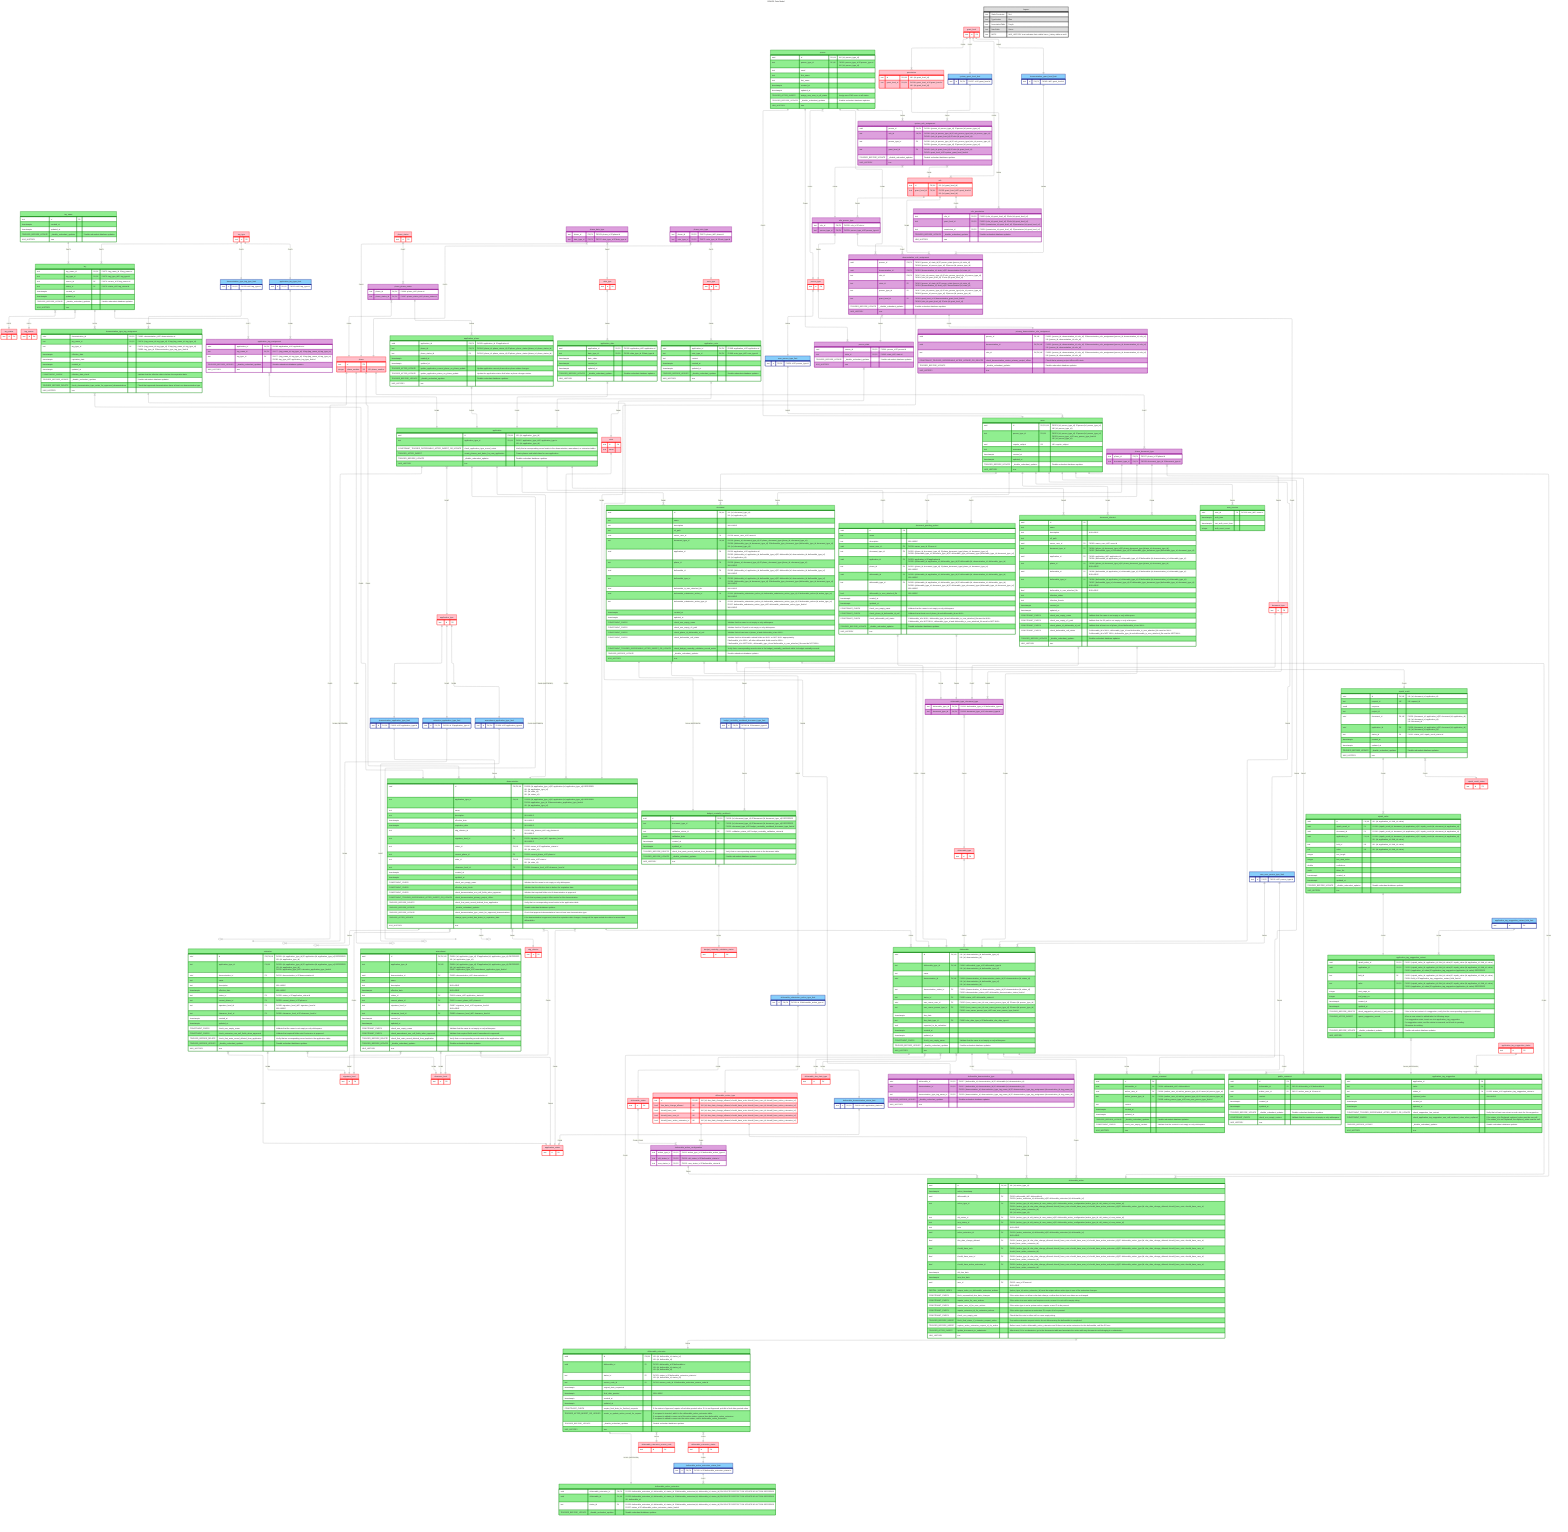
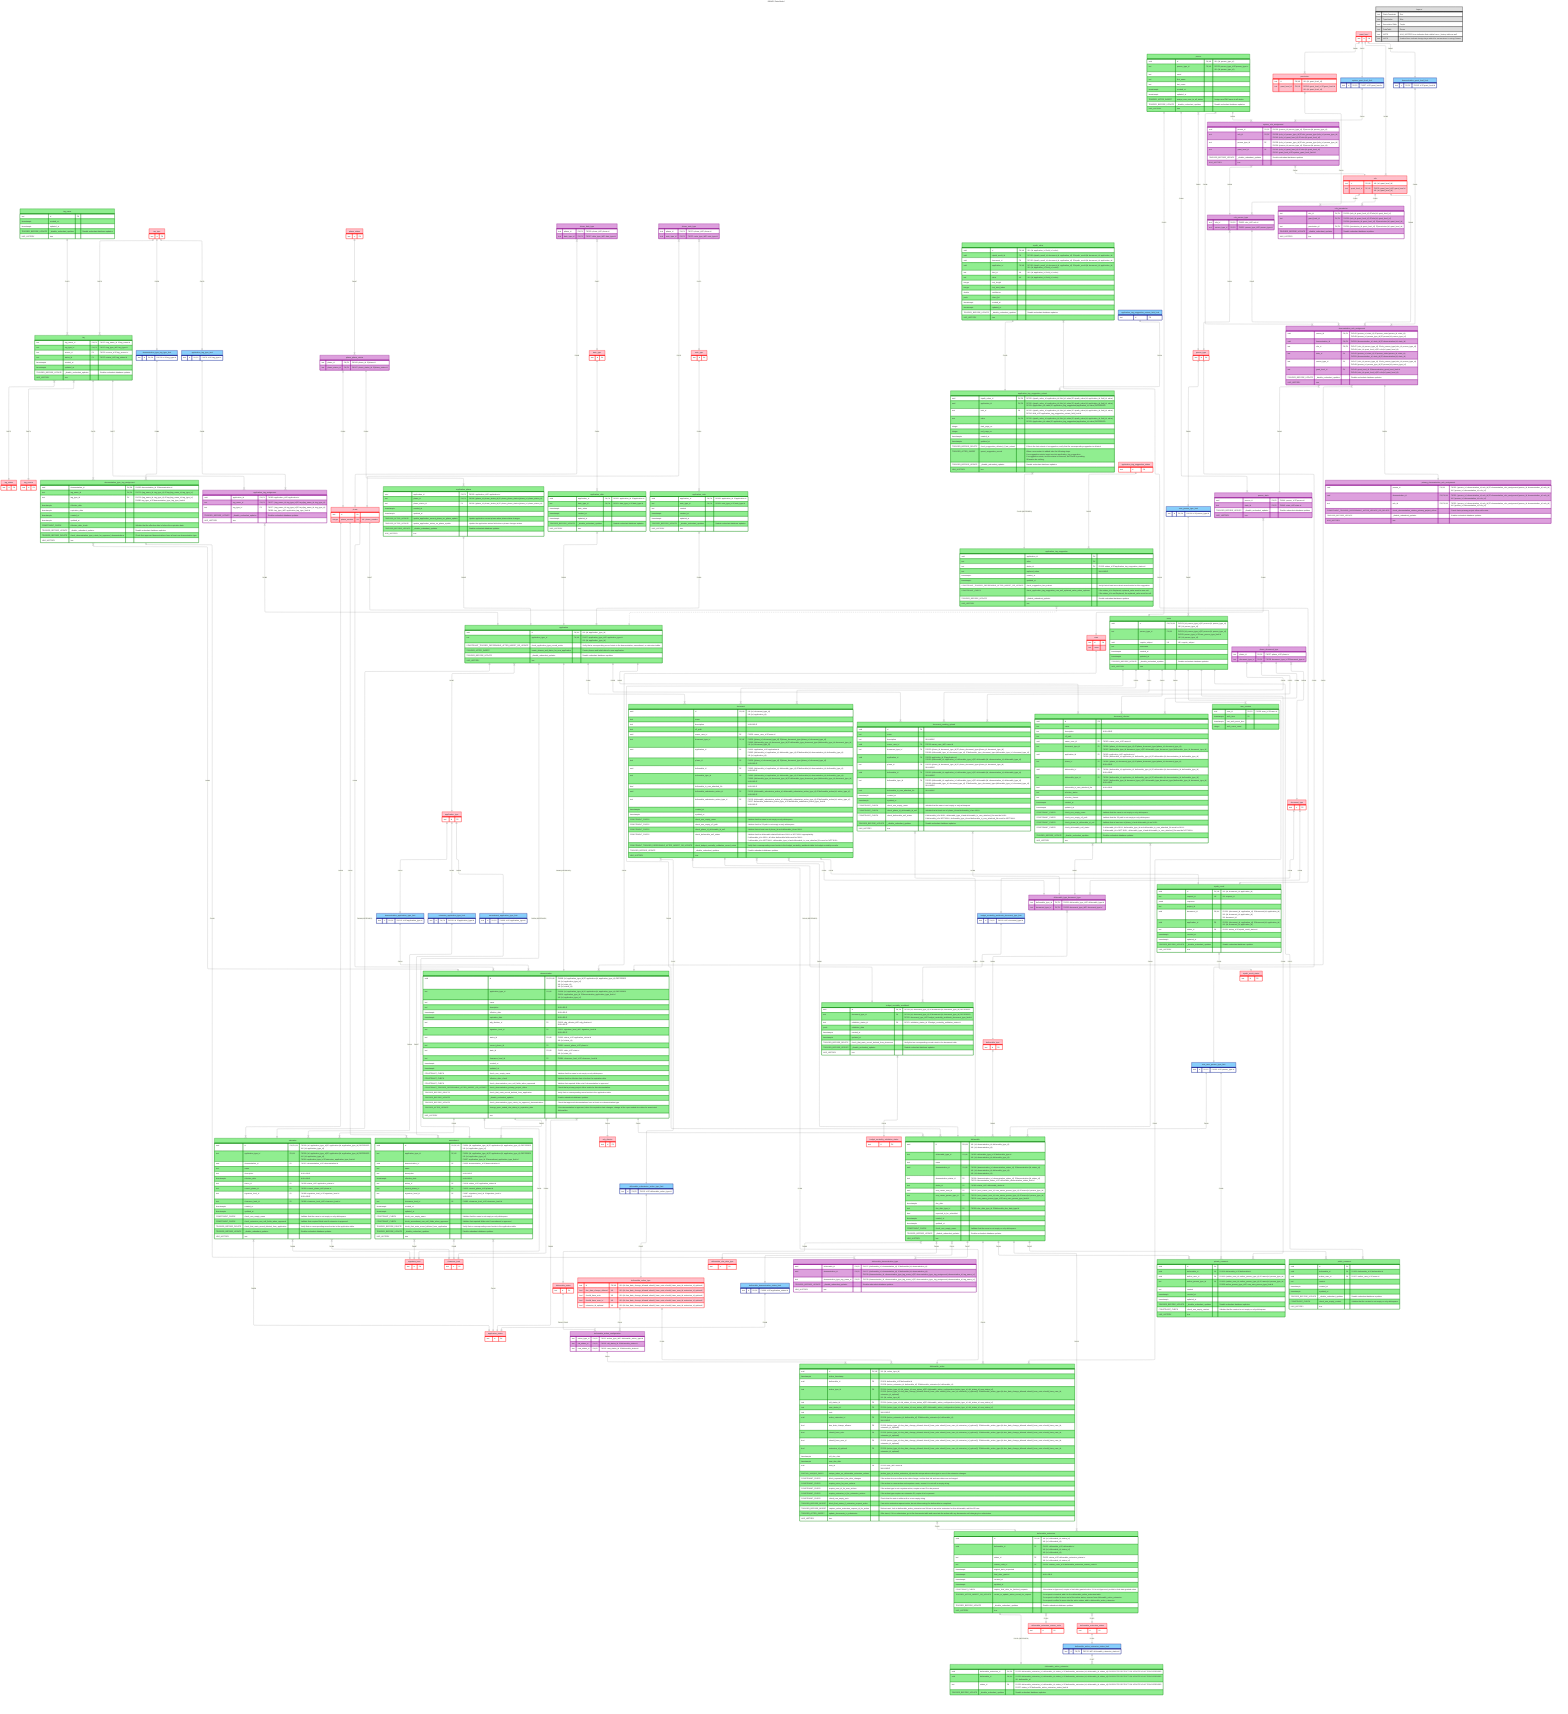
---
title: DEMOS Data Model
config:
  theme: default
  layout: elk
  elk:
    nodePlacementStrategy: NETWORK_SIMPLEX
---

erDiagram
  classDef staticConstraint stroke:red,fill:pink
  classDef typeLimiter stroke:navy,fill:lightskyblue
  classDef dataTable stroke:green,fill:lightgreen
  classDef associativeTable stroke:darkmagenta,fill:plum
  classDef legend stroke:black,fill:#ddd

  tag_name ||--|{ tag : "FK072"
  tag_type ||--|{ tag : "FK073"
  tag }|--|| tag_status : "FK075"
  tag }|--|| tag_source : "FK074"
  tag ||--|{ demonstration_type_tag_assignment : "FK076"
  tag ||--|{ application_tag_assignment : "FK077"
  tag_type ||--|| demonstration_type_tag_type_limit : "FK078"
  tag_type ||--|| application_tag_type_limit : "FK079"
  demonstration_type_tag_type_limit ||--|{ demonstration_type_tag_assignment : "FK080"
  application_tag_type_limit ||--|{ application_tag_assignment : "FK081"
  demonstration_type_tag_assignment }|--|| demonstration : "FK082"
  application_tag_assignment }|--|| application : "FK083"
  phase_status ||--|{ phase_phase_status : "FK067"
  phase_phase_status }|--|| phase : "FK066"
  phase_phase_status ||--|{ application_phase  : "FK004"
  phase_date_type }|--|| phase : "FK003"
  phase_note_type }|--|| phase : "FK070"
  phase_date_type }|--|| date_type: "FK017"
  phase_note_type }|--|| note_type: "FK071"
  application_phase }|--|| application : "FK005"
  date_type ||--|{ application_date  : "FK001"
  note_type ||--|{ application_note  : "FK069"
  application_date }|--|| application : "FK002"
  application_note }|--|| application : "FK068"
  application }|--|| application_type : "FK007"
  application ||--|| demonstration : "FK008 (DEFERRED)"
  application ||--|| extension : "FK009 (DEFERRED)"
  application ||--|| amendment : "FK054 (DEFERRED)"
  demonstration }|--|| sdg_division : "FK010"
  demonstration }|--|| signature_level : "FK011"
  demonstration ||--|{ extension : "FK012"
  demonstration ||--|{ amendment : "FK055"
  application_type ||--|| demonstration_application_type_limit : "FK013"
  demonstration_application_type_limit ||--|{ demonstration : "FK014"
  application_type ||--|| extension_application_type_limit : "FK015"
  extension_application_type_limit ||--|{ extension : "FK016"
  application_type ||--|| amendment_application_type_limit : "FK056"
  amendment_application_type_limit ||--|{ amendment : "FK057"
  amendment }|--|| application_status : "FK018"
  phase ||--|{ amendment : "FK020"
  extension }|--|| application_status : "FK058"
  phase ||--|{ extension : "FK059"
  demonstration }|--|| application_status : "FK060"
  phase ||--|{ demonstration : "FK061"
  state ||--|{ demonstration : "FK021"
  person }|--|| person_type : "FK022"
  person ||--|| users : "FK023"
  person_type ||--|| user_person_type_limit : "FK024"
  user_person_type_limit ||--|{ users : "FK025"
  users ||--|{ document : "FK026"
  users ||--|{ document_pending_upload : "FK019"
  users ||--|{ document_infected : "FK063"
  users ||--|{ user_session : "FK139"
  phase ||--|{ phase_document_type : "FK027"
  phase_document_type }|--|| document_type : "FK028"
  phase_document_type ||--|{ document : "FK029"
  phase_document_type ||--|{ document_pending_upload : "FK052"
  phase_document_type ||--|{ document_infected : "FK064"
  application ||--|{ document : "FK030"
  application ||--|{ document_pending_upload : "FK053"
  application ||--|{ document_infected : "FK065"
  role_person_type }|--|| person_type : "FK031"
  role ||--|{ role_person_type : "FK032"
  role ||--|{ role_permission : "FK033"
  permission ||--|{ role_permission : "FK034"
  grant_level ||--|{ role : "FK035"
  grant_level ||--|{ permission : "FK036"
  system_grant_level_limit ||--|{ system_role_assignment : "FK041"
  system_role_assignment }|--|| role_person_type : "FK038"
  person ||--|{ system_role_assignment : "FK039"
  system_role_assignment }|--|| role : "FK040"
  grant_level ||--|| system_grant_level_limit : "FK037"
  demonstration_role_assignment }|--|| person_state : "FK042"
  person_state }|--|| state : "FK043"
  person ||--|{ person_state : "FK044"
  grant_level ||--|| demonstration_grant_level_limit : "FK045"
  demonstration_grant_level_limit ||--|{ demonstration_role_assignment : "FK046"
  role_person_type ||--|{ demonstration_role_assignment : "FK047"
  person ||--|{ demonstration_role_assignment : "FK048"
  role ||--|{ demonstration_role_assignment : "FK049"
  demonstration_role_assignment }|--|| demonstration : "FK050"
  demonstration_role_assignment ||--|| primary_demonstration_role_assignment : "FK051"
  demonstration }|--|| clearance_level : "FK084"
  amendment }|--|| clearance_level : "FK085"
  extension }|--|| clearance_level : "FK086"
  amendment }|--|| signature_level : "FK087"
  extension }|--|| signature_level : "FK088"
  document_type ||--|| budget_neutrality_workbook_document_type_limit : "FK118"
  document ||--|| budget_neutrality_workbook : "FK119 (DEFERRED)"
  budget_neutrality_workbook_document_type_limit ||--|{ budget_neutrality_workbook : "FK120"
  budget_neutrality_workbook }|--|| budget_neutrality_validation_status : "FK121"
  document }|--|| deliverable_action : "FK116"
  document }|--|| deliverable_submission_action_type_limit : "FK117"
  deliverable_status ||--|{ deliverable_action_configuration : "FK110, FK113"
  deliverable_action_type ||--|{ deliverable_action_configuration : "FK111"
  deliverable_action_type ||--|{ deliverable_action : "FK136"
  deliverable_action_configuration ||--|{ deliverable_action : "FK114"
  deliverable_submission_action_type_limit ||--|| deliverable_action_type : "FK115"
  demonstration ||--|{ deliverable : "FK006"
  deliverable_type ||--|{ deliverable : "FK062"
  deliverable }|--|| deliverable_status : "FK089"
  deliverable }|--|| deliverable_due_date_type : "FK090"
  document_type ||--|{ deliverable_type_document_type : "FK092"
  deliverable_type_document_type }|--|| deliverable_type : "FK091"
  document }|--|| deliverable : "FK093"
  document_infected }|--|| deliverable : "FK094"
  document_pending_upload }|--|| deliverable : "FK095"
  document }|--|| deliverable_type_document_type : "FK096"
  document_infected }|--|| deliverable_type_document_type : "FK097"
  document_pending_upload }|--|| deliverable_type_document_type : "FK098"
  deliverable_demonstration_status_limit ||--|| application_status : "FK099"
  deliverable }|--|| deliverable_demonstration_status_limit : "FK100"
  cms_user_person_type_limit ||--|{ deliverable : "FK101"
  person_type ||--|| cms_user_person_type_limit : "FK102"
  users ||--|{ deliverable : "FK103"
  deliverable ||--|{ deliverable_action : "FK109"
  deliverable_action }|--|| deliverable_extension : "FK128"
  deliverable ||--|{ deliverable_extension : "FK122"
  deliverable ||--|{ deliverable_demonstration_type : "FK137"
  demonstration_type_tag_assignment ||--|{ deliverable_demonstration_type : "FK138"
  deliverable_extension }|--|| deliverable_extension_reason_code : "FK124"
  deliverable_extension }|--|| deliverable_extension_status : "FK123"
  deliverable_extension_status ||--|| deliverable_active_extension_status_limit : "FK126"
  deliverable_active_extension_status_limit ||--|{ deliverable_active_extension : "FK127"
  deliverable_extension ||--|| deliverable_active_extension : "FK125 (DEFERRED)"
  deliverable ||--|{ private_comment : "FK104"
  deliverable ||--|{ public_comment : "FK105"
  users ||--|{ private_comment : "FK106"
  users ||--|{ public_comment : "FK107"
  cms_user_person_type_limit ||--|{ private_comment : "FK108"
  users ||--|{ deliverable_action : "FK112"
  document ||--|| uipath_result : "FK129"
  uipath_result ||--|{ uipath_value : "FK130"
  uipath_result }|--|| uipath_result_status : "FK131"
  uipath_value ||--|| application_tag_suggestion_extract : "FK132"
  application_tag_suggestion_extract }|--|| application_tag_suggestion : "FK133 (DEFERRED)"
  application_tag_suggestion_extract_field_limit ||--|{ application_tag_suggestion_extract : "FK134"
  application_tag_suggestion_status ||--|{ application_tag_suggestion : "FK135"
+   application_tag_suggestion }|..|| application : ""

  %% Static Constraints
  application_status:::staticConstraint {
    text id PK
  }

  application_tag_suggestion_status:::staticConstraint {
    text id PK
  }

  application_type:::staticConstraint {
    text id PK
  }

  budget_neutrality_validation_status:::staticConstraint {
    text id PK
  }

  clearance_level:::staticConstraint {
    text id PK
  }

  date_type:::staticConstraint {
    text id PK
  }

  deliverable_action_type:::staticConstraint {
-     text id PK, UK "UK: (id, due_date_change_allowed, should_have_note, should_have_user_id, should_have_active_extension_id)"
-     bool due_date_change_allowed UK "UK: (id, due_date_change_allowed, should_have_note, should_have_user_id, should_have_active_extension_id)"
-     bool should_have_note UK "UK: (id, due_date_change_allowed, should_have_note, should_have_user_id, should_have_active_extension_id)"
-     bool should_have_user_id UK "UK: (id, due_date_change_allowed, should_have_note, should_have_user_id, should_have_active_extension_id)"
-     bool should_have_active_extension_id UK "UK: (id, due_date_change_allowed, should_have_note, should_have_user_id, should_have_active_extension_id)"
+     text id PK, UK "UK: (id, due_date_change_allowed, should_have_note, should_have_user_id, extension_id_optional)"
+     bool due_date_change_allowed UK "UK: (id, due_date_change_allowed, should_have_note, should_have_user_id, extension_id_optional)"
+     bool should_have_note UK "UK: (id, due_date_change_allowed, should_have_note, should_have_user_id, extension_id_optional)"
+     bool should_have_user_id UK "UK: (id, due_date_change_allowed, should_have_note, should_have_user_id, extension_id_optional)"
+     bool extension_id_optional UK "UK: (id, due_date_change_allowed, should_have_note, should_have_user_id, extension_id_optional)"
  }

  deliverable_due_date_type:::staticConstraint {
    text id PK
  }

  deliverable_extension_reason_code:::staticConstraint {
    text id PK
  }

  deliverable_extension_status:::staticConstraint {
    text id PK
  }

  deliverable_status:::staticConstraint {
    text id PK
  }

  deliverable_type:::staticConstraint {
    text id PK
  }

  document_type:::staticConstraint {
    text id PK
  }

  grant_level:::staticConstraint {
    text id PK
  }

  note_type:::staticConstraint {
    text id PK
  }

  permission:::staticConstraint {
    text id PK, UK "UK: (id, grant_level_id)"
    text grant_level_id FK, UK "FK036: grant_level_id ∈ grant_level.id<br>UK: (id, grant_level_id)"
  }

  person_type:::staticConstraint {
    text id PK
  }

  phase:::staticConstraint {
    text id PK
    integer phase_number UK "UK: phase_number"
  }

  phase_status:::staticConstraint {
    text id PK
  }

  role:::staticConstraint {
    text id PK, UK "UK: (id, grant_level_id)"
    text grant_level_id FK, UK "FK035: grant_level_id ∈ grant_level.id<br>UK: (id, grant_level_id)"
  }

  sdg_division:::staticConstraint {
    text id PK
  }

  signature_level:::staticConstraint {
    text id PK
  }

  state:::staticConstraint {
    text id PK
    text name
  }

  tag_source:::staticConstraint {
    text id PK
  }

  tag_status:::staticConstraint {
    text id PK
  }

  tag_type:::staticConstraint {
    text id PK
  }

  uipath_result_status:::staticConstraint {
    text id PK
  }

  %% Type Limiters
  amendment_application_type_limit:::typeLimiter {
    text id PK, FK "FK056: id ∈ application_type.id"
  }

  application_tag_suggestion_extract_field_limit:::typeLimiter {
    text id PK
  }

  application_tag_type_limit:::typeLimiter {
    text id PK, FK "FK079: id ∈ tag_type.id"
  }

  budget_neutrality_workbook_document_type_limit:::typeLimiter {
    text id PK, FK "FK118: id ∈ document_type.id"
  }

  cms_user_person_type_limit:::typeLimiter {
    text id PK, FK "FK102: id ∈ person_type.id"
  }

  deliverable_active_extension_status_limit:::typeLimiter {
    text id PK, FK "FK126: id ∈ deliverable_extension_status.id"
  }

  deliverable_demonstration_status_limit:::typeLimiter {
    text id PK, FK "FK099: id ∈ application_status.id"
  }

  deliverable_submission_action_type_limit:::typeLimiter {
    text id PK, FK "FK115: id ∈ deliverable_action_type.id"
  }

  demonstration_application_type_limit:::typeLimiter {
    text id PK, FK "FK013: id ∈ application_type.id"
  }

  demonstration_grant_level_limit:::typeLimiter {
    text id PK, FK "FK045: id ∈ grant_level.id"
  }

  demonstration_type_tag_type_limit:::typeLimiter {
    text id PK, FK "FK078: id ∈ tag_type.id"
  }

  extension_application_type_limit:::typeLimiter {
    text id PK, FK "FK015: id ∈ application_type.id"
  }

  system_grant_level_limit:::typeLimiter {
    text id PK, FK "FK037: id ∈ grant_level.id"
  }

  user_person_type_limit:::typeLimiter {
    text id PK, FK "FK024: id ∈ person_type.id"
  }

  %% Data Tables
  amendment:::dataTable {
    uuid id PK, FK, UK "FK054: (id, application_type_id) ∈ application.(id, application_type_id) DEFERRED<br>UK: (id, application_type_id)"
    text application_type_id FK, UK "FK054: (id, application_type_id) ∈ application.(id, application_type_id) DEFERRED<br>UK: (id, application_type_id)<br>FK057: application_type_id ∈ amendment_application_type_limit.id"
    uuid demonstration_id FK "FK055: demonstration_id ∈ demonstration.id"
    text name
    text description "NULLABLE"
    timestamptz effective_date "NULLABLE"
    text status_id FK "FK018: status_id ∈ application_status.id"
    text current_phase_id FK "FK020: current_phase_id ∈ phase.id"
    text signature_level_id FK "FK087: signature_level_id ∈ signature_level.id<br>NULLABLE"
    text clearance_level_id FK "FK085: clearance_level_id ∈ clearance_level.id"
    timestamptz created_at
    timestamptz updated_at
    CONSTRAINT_CHECK check_non_empty_name "Validate that the name is not empty or only whitespace."
    CONSTRAINT_CHECK check_amendment_non_null_fields_when_approved  "Validate that required fields exist if amendment is approved."
    TRIGGER_BEFORE_DELETE check_that_main_record_deleted_from_application "Verify that no corresponding record exists in the application table."
    TRIGGER_BEFORE_UPDATE _disable_redundant_updates "Disable redundant database updates."
    HAS_HISTORY true
  }

  application:::dataTable {
    uuid id PK, UK "UK: (id, application_type_id)"
    text application_type_id FK, UK "FK007: application_type_id ∈ application_type.id<br>UK: (id, application_type_id)"
    CONSTRAINT_TRIGGER_DEFERRABLE_AFTER_INSERT_OR_UPDATE check_application_type_record_exists "Verify that a corresponding record exists in the demonstration, amendment, or extension tables."
    TRIGGER_AFTER_INSERT create_phases_and_dates_for_new_application "Create phases and initial dates for new application."
    TRIGGER_BEFORE_UPDATE _disable_redundant_updates "Disable redundant database updates."
    HAS_HISTORY true
  }

  application_date:::dataTable {
    uuid application_id PK, FK "FK002: application_id ∈ application.id"
    text date_type_id PK, FK "FK001: date_type_id ∈ date_type.id"
    timestamptz date_value
    timestamptz created_at
    timestamptz updated_at
    TRIGGER_BEFORE_UPDATE _disable_redundant_updates "Disable redundant database updates."
    HAS_HISTORY true
  }

  application_note:::dataTable {
    uuid application_id PK, FK "FK068: application_id ∈ application.id"
    text note_type_id PK, FK "FK069: note_type_id ∈ note_type.id"
    text content
    timestamptz created_at
    timestamptz updated_at
    TRIGGER_BEFORE_UPDATE _disable_redundant_updates "Disable redundant database updates."
    HAS_HISTORY true
  }

  application_phase:::dataTable {
    uuid application_id PK, FK "FK005: application_id ∈ application.id"
    text phase_id PK, FK "FK004: (phase_id, phase_status_id) ∈ phase_phase_status.(phase_id, phase_status_id)"
    text phase_status_id FK "FK004: (phase_id, phase_status_id) ∈ phase_phase_status.(phase_id, phase_status_id)"
    timestamptz created_at
    timestamptz updated_at
    TRIGGER_AFTER_UPDATE update_application_current_phase_on_phase_update "Update application current phase when phase status changes."
    TRIGGER_AFTER_UPDATE update_application_status_on_phase_update "Update the application status field when a phase changes status."
    TRIGGER_BEFORE_UPDATE _disable_redundant_updates "Disable redundant database updates."
    HAS_HISTORY true
  }

  application_tag_suggestion:::dataTable {
    uuid application_id PK
    text value PK
    text status_id FK "FK135: status_id ∈ application_tag_suggestion_status.id"
    text replaced_value "NULLABLE"
    timestamptz created_at
    timestamptz updated_at
    CONSTRAINT_TRIGGER_DEFERRABLE_AFTER_INSERT_OR_UPDATE check_suggestion_has_extract "Verify that at least one extract record exists for this suggestion."
    CONSTRAINT_CHECK check_application_tag_suggestion_non_null_replaced_value_when_replaced "If the status_id is Replaced, replaced_value must be non null.<br>If the status_id is not Replaced, the replaced_value must be null."
    TRIGGER_BEFORE_UPDATE _disable_redundant_updates "Disable redundant database updates."
    HAS_HISTORY true
  }

  application_tag_suggestion_extract:::dataTable {
    uuid uipath_value_id PK, FK "FK132: (uipath_value_id, application_id, field_id, value) ∈ uipath_value.(id, application_id, field_id, value)"
    uuid application_id PK, FK "FK132: (uipath_value_id, application_id, field_id, value) ∈ uipath_value.(id, application_id, field_id, value)<br>FK133: (application_id, value) ∈ application_tag_suggestion.(application_id, value) DEFERRED"
    text field_id FK "FK132: (uipath_value_id, application_id, field_id, value) ∈ uipath_value.(id, application_id, field_id, value)<br>FK134: field_id ∈ application_tag_suggestion_extract_field_limit.id"
    text value PK, FK "FK132: (uipath_value_id, application_id, field_id, value) ∈ uipath_value.(id, application_id, field_id, value)<br>FK133: (application_id, value) ∈ application_tag_suggestion.(application_id, value) DEFERRED"
    integer start_page_no
    integer end_page_no
    timestamptz created_at
    timestamptz updated_at
    TRIGGER_BEFORE_DELETE check_suggestion_deleted_if_last_extract "If this is the last extract of a suggestion, verify that the corresponding suggestion is deleted."
    TRIGGER_AFTER_INSERT upsert_suggestion_record "When a new extract is added take the following steps.<br>If no suggestion exists, insert one into application_tag_suggestion.<br>If a suggestion exists, and the status is removed, set it back to pending.<br>Otherwise do nothing."
    TRIGGER_BEFORE_UPDATE _disable_redundant_updates "Disable redundant database updates."
    HAS_HISTORY true
  }

  budget_neutrality_workbook:::dataTable {
    uuid id PK, FK "FK119: (id, document_type_id) ∈ document.(id, document_type_id) DEFERRED"
    text document_type_id FK "FK119: (id, document_type_id) ∈ document.(id, document_type_id) DEFERRED<br>FK120: document_type_id ∈ budget_neutrality_workbook_document_type_limit.id"
    text validation_status_id FK "FK121: validation_status_id ∈ budget_neutrality_validation_status.id"
    jsonb validation_data
    timestamptz created_at
    timestamptz updated_at
    TRIGGER_BEFORE_DELETE check_that_main_record_deleted_from_document "Verify that no corresponding record exists in the document table."
    TRIGGER_BEFORE_UPDATE _disable_redundant_updates "Disable redundant database updates."
    HAS_HISTORY true
  }

  %% NOTE: That empty line with <br>&nbsp; is a layout hack for Mermaid
  deliverable:::dataTable {
    uuid id PK, UK "UK: (id, demonstration_id, deliverable_type_id)<br>UK: (id, demonstration_id)<br>&nbsp;"
    text deliverable_type_id FK, UK "FK062: deliverable_type_id ∈ deliverable_type.id<br>UK: (id, demonstration_id, deliverable_type_id)"
    text name
    uuid demonstration_id FK, UK "FK006: (demonstration_id, demonstration_status_id) ∈ demonstration.(id, status_id)<br>UK: (id, demonstration_id, deliverable_type_id)<br>UK: (id, demonstration_id)"
    text demonstration_status_id FK "FK006: (demonstration_id, demonstration_status_id) ∈ demonstration.(id, status_id)<br>FK100: demonstration_status_id ∈ deliverable_demonstration_status_limit.id"
    text status_id FK "FK089: status_id ∈ deliverable_status.id"
    uuid cms_owner_user_id FK "FK103: (cms_owner_user_id, cms_owner_person_type_id) ∈ users.(id, person_type_id)"
    text cms_owner_person_type_id FK "FK103: (cms_owner_user_id, cms_owner_person_type_id) ∈ users.(id, person_type_id)<br>FK101: cms_owner_person_type_id ∈ cms_user_person_type_limit.id"
    timestamptz due_date
    text due_date_type_id FK "FK090: due_date_type_id ∈ deliverable_due_date_type.id"
    bool expected_to_be_submitted
    timestamptz created_at
    timestamptz updated_at
    CONSTRAINT_CHECK check_non_empty_name "Validate that the name is not empty or only whitespace."
    TRIGGER_BEFORE_UPDATE _disable_redundant_updates "Disable redundant database updates."
    HAS_HISTORY true
  }

  deliverable_action:::dataTable {
    uuid id PK, UK "UK: (id, action_type_id)"
    timestamptz action_timestamp
    uuid deliverable_id FK "FK109: deliverable_id ∈ deliverable.id<br>FK128: (active_extension_id, deliverable_id) ∈ deliverable_extension.(id, deliverable_id)"
-     text action_type_id FK "FK114: (action_type_id, old_status_id, new_status_id) ∈ deliverable_action_configuration.(action_type_id, old_status_id, new_status_id)<br>FK136: (action_type_id, due_date_change_allowed, should_have_note, should_have_user_id, should_have_active_extension_id)) ∈ deliverable_action_type.(id, due_date_change_allowed, should_have_note, should_have_user_id, should_have_active_extension_id)<br>UK: (id, action_type_id)"
+     text action_type_id FK "FK114: (action_type_id, old_status_id, new_status_id) ∈ deliverable_action_configuration.(action_type_id, old_status_id, new_status_id)<br>FK136: (action_type_id, due_date_change_allowed, should_have_note, should_have_user_id, extension_id_optional)) ∈ deliverable_action_type.(id, due_date_change_allowed, should_have_note, should_have_user_id, extension_id_optional)<br>UK: (id, action_type_id)"
    text old_status_id FK "FK114: (action_type_id, old_status_id, new_status_id) ∈ deliverable_action_configuration.(action_type_id, old_status_id, new_status_id)"
    text new_status_id FK "FK114: (action_type_id, old_status_id, new_status_id) ∈ deliverable_action_configuration.(action_type_id, old_status_id, new_status_id)"
    text note "NULLABLE"
    uuid active_extension_id FK "FK128: (active_extension_id, deliverable_id) ∈ deliverable_extension.(id, deliverable_id)<br>NULLABLE"
-     bool due_date_change_allowed FK "FK136: (action_type_id, due_date_change_allowed, should_have_note, should_have_user_id, should_have_active_extension_id)) ∈ deliverable_action_type.(id, due_date_change_allowed, should_have_note, should_have_user_id, should_have_active_extension_id)"
-     bool should_have_note FK "FK136: (action_type_id, due_date_change_allowed, should_have_note, should_have_user_id, should_have_active_extension_id)) ∈ deliverable_action_type.(id, due_date_change_allowed, should_have_note, should_have_user_id, should_have_active_extension_id)"
-     bool should_have_user_id FK "FK136: (action_type_id, due_date_change_allowed, should_have_note, should_have_user_id, should_have_active_extension_id)) ∈ deliverable_action_type.(id, due_date_change_allowed, should_have_note, should_have_user_id, should_have_active_extension_id)"
-     bool should_have_active_extension_id FK "FK136: (action_type_id, due_date_change_allowed, should_have_note, should_have_user_id, should_have_active_extension_id)) ∈ deliverable_action_type.(id, due_date_change_allowed, should_have_note, should_have_user_id, should_have_active_extension_id)"
+     bool due_date_change_allowed FK "FK136: (action_type_id, due_date_change_allowed, should_have_note, should_have_user_id, extension_id_optional)) ∈ deliverable_action_type.(id, due_date_change_allowed, should_have_note, should_have_user_id, extension_id_optional)"
+     bool should_have_note FK "FK136: (action_type_id, due_date_change_allowed, should_have_note, should_have_user_id, extension_id_optional)) ∈ deliverable_action_type.(id, due_date_change_allowed, should_have_note, should_have_user_id, extension_id_optional)"
+     bool should_have_user_id FK "FK136: (action_type_id, due_date_change_allowed, should_have_note, should_have_user_id, extension_id_optional)) ∈ deliverable_action_type.(id, due_date_change_allowed, should_have_note, should_have_user_id, extension_id_optional)"
+     bool extension_id_optional FK "FK136: (action_type_id, due_date_change_allowed, should_have_note, should_have_user_id, extension_id_optional)) ∈ deliverable_action_type.(id, due_date_change_allowed, should_have_note, should_have_user_id, extension_id_optional)"
    timestamptz old_due_date
    timestamptz new_due_date
    uuid user_id FK "FK112: user_id ∈ users.id<br>NULLABLE"
    PARTIAL_UNIQUE_INDEX unique_index_on_deliverable_extension_actions "(action_type_id, active_extension_id) must be unique where action type is one of the extension changes."
    CONSTRAINT_CHECK block_unpermitted_due_date_changes "If the action does not allow a due date change, confirm that old and new dates are unchanged."
    CONSTRAINT_CHECK require_notes_for_user_actions "If the action is a user action and requires a note, ensure it is not null or empty string."
    CONSTRAINT_CHECK require_user_id_for_user_actions "If the action type is not a system action, require a user ID to be present."
    CONSTRAINT_CHECK require_extension_id_for_extension_actions "If the action type requires an extension ID, require it to be present."
    CONSTRAINT_CHECK check_non_empty_note "Check that the note is either null or a non empty string."
    TRIGGER_BEFORE_INSERT block_final_states_if_extension_request_active "If an active extension request exists, do not allow moving the deliverable to completed."
    TRIGGER_BEFORE_INSERT capture_active_extension_request_id_for_action "Before insert, look in deliverable_active_extension and if there is an active extension for this deliverable, add the ID here."
    TRIGGER_AFTER_INSERT update_documents_in_submission "After insert, if it is a submission, go to the documents table and associate the action with any documents not belonging to a submission."
    HAS_HISTORY true
  }

  deliverable_active_extension:::dataTable {
    uuid deliverable_extension_id PK, FK "FK125: deliverable_extension_id, deliverable_id, status_id ∈ deliverable_extension.(id, deliverable_id, status_id) ON DELETE RESTRICT ON UPDATE NO ACTION DEFERRED"
    uuid deliverable_id FK, UK "FK125: deliverable_extension_id, deliverable_id, status_id ∈ deliverable_extension.(id, deliverable_id, status_id) ON DELETE RESTRICT ON UPDATE NO ACTION DEFERRED<br>UK: deliverable_id"
    text status_id FK "FK125: deliverable_extension_id, deliverable_id, status_id ∈ deliverable_extension.(id, deliverable_id, status_id) ON DELETE RESTRICT ON UPDATE NO ACTION DEFERRED<br>FK127: status_id ∈ deliverable_active_extension_status_limit.id"
    TRIGGER_BEFORE_UPDATE _disable_redundant_updates "Disable redundant database updates."
  }

  deliverable_extension:::dataTable {
    uuid id PK, UK "UK: (id, deliverable_id, status_id)<br>UK: (id, deliverable_id)"
    uuid deliverable_id FK "FK122: deliverable_id ∈ deliverable.id<br>UK: (id, deliverable_id, status_id)<br>UK: (id, deliverable_id)"
    text status_id FK "FK123: status_id ∈ deliverable_extension_status.id<br>UK: (id, deliverable_id, status_id)"
    text reason_code_id FK "FK124: reason_code_id ∈ deliverable_extension_reason_code.id"
    timestamptz original_date_requested
    timestamptz final_date_granted "NULLABLE"
    timestamptz created_at
    timestamptz updated_at
    CONSTRAINT_CHECK require_final_date_for_finished_requests "If the status is Approved, require a final date granted value. If it is not Approved, prohibit a final date granted value."
    TRIGGER_AFTER_INSERT_OR_UPDATE create_or_update_active_record_for_request "If a request is inserted, add it to the deliverable_active_extension table.<br>If a request is edited to move out of the active status, remove from deliverable_active_extension.<br>If a request is edited to move into the active status, add to deliverable_active_extension."
    TRIGGER_BEFORE_UPDATE _disable_redundant_updates "Disable redundant database updates."
    HAS_HISTORY true
  }

  demonstration:::dataTable {
    uuid id PK, FK, UK "FK008: (id, application_type_id) ∈ application.(id, application_type_id) DEFERRED<br>UK: (id, application_type_id)<br>UK: (id, state_id)<br>UK: (id, status_id)"
    text application_type_id FK, UK "FK008: (id, application_type_id) ∈ application.(id, application_type_id) DEFERRED<br>FK014: application_type_id ∈ demonstration_application_type_limit.id<br>UK: (id, application_type_id)"
    text name
    text description "NULLABLE"
    timestamptz effective_date "NULLABLE"
    timestamptz expiration_date "NULLABLE"
    text sdg_division_id FK "FK010: sdg_division_id ∈ sdg_division.id<br>NULLABLE"
    text signature_level_id FK "FK011: signature_level_id ∈ signature_level.id<br>NULLABLE"
    text status_id FK, UK "FK060: status_id ∈ application_status.id<br>UK: (id, status_id)"
    text current_phase_id FK "FK061: current_phase_id ∈ phase.id"
    text state_id FK, UK "FK021: state_id ∈ state.id<br>UK: (id, state_id)"
    text clearance_level_id FK "FK084: clearance_level_id ∈ clearance_level.id"
    timestamptz created_at
    timestamptz updated_at
    CONSTRAINT_CHECK check_non_empty_name "Validate that the name is not empty or only whitespace."
    CONSTRAINT_CHECK effective_date_check "Validate that the effective date is before the expiration date."
    CONSTRAINT_CHECK check_demonstration_non_null_fields_when_approved "Validate that required fields exist if demonstration is approved."
    CONSTRAINT_TRIGGER_DEFERRABLE_AFTER_INSERT_OR_UPDATE check_demonstration_primary_project_officer "Check that a primary project officer exists for this demonstration."
    TRIGGER_BEFORE_DELETE check_that_main_record_deleted_from_application "Verify that no corresponding record exists in the application table."
    TRIGGER_BEFORE_UPDATE _disable_redundant_updates "Disable redundant database updates."
    TRIGGER_BEFORE_UPDATE check_demonstration_type_exists_for_approved_demonstrations "Check that approved demonstrations have at least one demonstration type."
    TRIGGER_AFTER_UPDATE change_open_ended_due_dates_to_expiration_date "If the demonstration is approved, when the expiration date changes, change all the open-ended due dates for associated deliverables."
    HAS_HISTORY true
  }

  demonstration_type_tag_assignment:::dataTable {
    uuid demonstration_id PK, FK "FK082: demonstration_id ∈ demonstration.id"
    text tag_name_id PK, FK "FK076: (tag_name_id, tag_type_id) ∈ tag.(tag_name_id, tag_type_id)"
    text tag_type_id FK "FK076: (tag_name_id, tag_type_id) ∈ tag.(tag_name_id, tag_type_id)<br>FK080: tag_type_id ∈ demonstration_type_tag_type_limit.id"
    timestamptz effective_date
    timestamptz expiration_date
    timestamptz created_at
    timestamptz updated_at
    CONSTRAINT_CHECK effective_date_check "Validate that the effective date is before the expiration date."
    TRIGGER_BEFORE_UPDATE _disable_redundant_updates "Disable redundant database updates."
    TRIGGER_BEFORE_DELETE check_demonstration_type_exists_for_approved_demonstrations "Check that approved demonstrations have at least one demonstration type."
    HAS_HISTORY true
  }

  document:::dataTable {
    uuid id PK, UK "UK: (id, document_type_id)<br>UK: (id, application_id)"
    text name
    text description "NULLABLE"
    text s3_path
    uuid owner_user_id FK "FK026: owner_user_id ∈ users.id"
    text document_type_id FK, UK "FK029: (phase_id, document_type_id) ∈ phase_document_type.(phase_id, document_type_id)<br>FK096: (deliverable_type_id, document_type_id) ∈ deliverable_type_document_type.(deliverable_type_id, document_type_id)<br>UK: (id, document_type_id)"
    uuid application_id FK "FK030: application_id ∈ application.id<br>FK093: (deliverable_id, application_id, deliverable_type_id) ∈ deliverable.(id, demonstration_id, deliverable_type_id)<br>UK: (id, application_id)"
    text phase_id FK "FK029: (phase_id, document_type_id) ∈ phase_document_type.(phase_id, document_type_id)<br>NULLABLE"
    uuid deliverable_id FK "FK093: (deliverable_id, application_id, deliverable_type_id) ∈ deliverable.(id, demonstration_id, deliverable_type_id)<br>NULLABLE"
    text deliverable_type_id FK "FK093: (deliverable_id, application_id, deliverable_type_id) ∈ deliverable.(id, demonstration_id, deliverable_type_id)<br>FK096: (deliverable_type_id, document_type_id) ∈ deliverable_type_document_type.(deliverable_type_id, document_type_id)<br>NULLABLE"
    bool deliverable_is_cms_attached_file "NULLABLE"
    uuid deliverable_submission_action_id FK "FK116: (deliverable_submission_action_id, deliverable_submission_action_type_id) ∈ deliverable_action.(id, action_type_id)<br>NULLABLE"
    text deliverable_submission_action_type_id FK "FK116: (deliverable_submission_action_id, deliverable_submission_action_type_id) ∈ deliverable_action.(id, action_type_id)<br>FK117: deliverable_submission_action_type_id ∈ deliverable_submission_action_type_limit.id<br>NULLABLE"
    timestamptz created_at
    timestamptz updated_at
    CONSTRAINT_CHECK check_non_empty_name "Validate that the name is not empty or only whitespace."
    CONSTRAINT_CHECK check_non_empty_s3_path "Validate that the S3 path is not empty or only whitespace."
    CONSTRAINT_CHECK check_phase_id_deliverable_id_null "Validate that at least one of phase_id and deliverable_id are NULL."
    CONSTRAINT_CHECK check_deliverable_null_states "Validate that the deliverable-related fields are NULL or NOT NULL appropriately.<br>If deliverable_id is NULL, all other deliverable fields must be NULL.<br>If deliverable_id is NOT NULL, deliverable_type_id and deliverable_is_cms_attached_file must be NOT NULL."
    CONSTRAINT_TRIGGER_DEFERRABLE_AFTER_INSERT_OR_UPDATE check_budget_neutrality_validation_record_exists "Verify that a corresponding record exists in the budget_neutrality_workbook table for budget neutrality records."
    TRIGGER_BEFORE_UPDATE _disable_redundant_updates "Disable redundant database updates."
    HAS_HISTORY true
  }

  document_infected:::dataTable {
    uuid id PK
    text name
    text description "NULLABLE"
    text s3_path
    uuid owner_user_id FK "FK063: owner_user_id ∈ users.id"
    text document_type_id FK "FK064: (phase_id, document_type_id) ∈ phase_document_type.(phase_id, document_type_id)<br>FK097: (deliverable_type_id, document_type_id) ∈ deliverable_type_document_type.(deliverable_type_id, document_type_id)"
    uuid application_id FK "FK065: application_id ∈ application.id<br>FK094: (deliverable_id, application_id, deliverable_type_id) ∈ deliverable.(id, demonstration_id, deliverable_type_id)"
    text phase_id FK "FK064: (phase_id, document_type_id) ∈ phase_document_type.(phase_id, document_type_id)<br>NULLABLE"
    uuid deliverable_id FK "FK094: (deliverable_id, application_id, deliverable_type_id) ∈ deliverable.(id, demonstration_id, deliverable_type_id)<br>NULLABLE"
    text deliverable_type_id FK "FK094: (deliverable_id, application_id, deliverable_type_id) ∈ deliverable.(id, demonstration_id, deliverable_type_id)<br>FK097: (deliverable_type_id, document_type_id) ∈ deliverable_type_document_type.(deliverable_type_id, document_type_id)<br>NULLABLE"
    bool deliverable_is_cms_attached_file "NULLABLE"
    text infection_status
    text infection_threats
    timestamptz created_at
    timestamptz updated_at
    CONSTRAINT_CHECK check_non_empty_name "Validate that the name is not empty or only whitespace."
    CONSTRAINT_CHECK check_non_empty_s3_path "Validate that the S3 path is not empty or only whitespace."
    CONSTRAINT_CHECK check_phase_id_deliverable_id_null "Validate that at least one of phase_id and deliverable_id are NULL."
    CONSTRAINT_CHECK check_deliverable_null_states "If deliverable_id is NULL, deliverable_type_id and deliverable_is_cms_attached_file must be NULL.<br>If deliverable_id is NOT NULL, deliverable_type_id and deliverable_is_cms_attached_file must be NOT NULL."
    TRIGGER_BEFORE_UPDATE _disable_redundant_updates "Disable redundant database updates."
    HAS_HISTORY true
  }

  document_pending_upload:::dataTable {
    uuid id PK
    text name
    text description "NULLABLE"
    uuid owner_user_id FK "FK019: owner_user_id ∈ users.id"
    text document_type_id FK "FK052: (phase_id, document_type_id) ∈ phase_document_type.(phase_id, document_type_id)<br>FK098: (deliverable_type_id, document_type_id) ∈ deliverable_type_document_type.(deliverable_type_id, document_type_id)"
    uuid application_id FK "FK053: application_id ∈ application.id<br>FK095: (deliverable_id, application_id, deliverable_type_id) ∈ deliverable.(id, demonstration_id, deliverable_type_id)"
    text phase_id FK "FK052: (phase_id, document_type_id) ∈ phase_document_type.(phase_id, document_type_id)<br>NULLABLE"
    uuid deliverable_id FK "FK095: (deliverable_id, application_id, deliverable_type_id) ∈ deliverable.(id, demonstration_id, deliverable_type_id)<br>NULLABLE"
    text deliverable_type_id FK "FK095: (deliverable_id, application_id, deliverable_type_id) ∈ deliverable.(id, demonstration_id, deliverable_type_id)<br>FK098: (deliverable_type_id, document_type_id) ∈ deliverable_type_document_type.(deliverable_type_id, document_type_id)<br>NULLABLE"
    bool deliverable_is_cms_attached_file "NULLABLE"
    timestamptz created_at
    timestamptz updated_at
    CONSTRAINT_CHECK check_non_empty_name "Validate that the name is not empty or only whitespace."
    CONSTRAINT_CHECK check_phase_id_deliverable_id_null "Validate that at least one of phase_id and deliverable_id are NULL."
    CONSTRAINT_CHECK check_deliverable_null_states "If deliverable_id is NULL, deliverable_type_id and deliverable_is_cms_attached_file must be NULL.<br>If deliverable_id is NOT NULL, deliverable_type_id and deliverable_is_cms_attached_file must be NOT NULL."
    TRIGGER_BEFORE_UPDATE _disable_redundant_updates "Disable redundant database updates."
    HAS_HISTORY true
  }

  extension:::dataTable {
    uuid id PK, FK, UK "FK009: (id, application_type_id) ∈ application.(id, application_type_id) DEFERRED<br>UK: (id, application_type_id)"
    text application_type_id FK, UK "FK009: (id, application_type_id) ∈ application.(id, application_type_id) DEFERRED<br>UK: (id, application_type_id)<br>FK016: application_type_id ∈ extension_application_type_limit.id"
    uuid demonstration_id FK "FK012: demonstration_id ∈ demonstration.id"
    text name
    text description "NULLABLE"
    timestamptz effective_date "NULLABLE"
    text status_id FK "FK058: status_id ∈ application_status.id"
    text current_phase_id FK "FK059: current_phase_id ∈ phase.id"
    text signature_level_id FK "FK088: signature_level_id ∈ signature_level.id<br>NULLABLE"
    text clearance_level_id FK "FK086: clearance_level_id ∈ clearance_level.id"
    timestamptz created_at
    timestamptz updated_at
    CONSTRAINT_CHECK check_non_empty_name "Validate that the name is not empty or only whitespace."
    CONSTRAINT_CHECK check_extension_non_null_fields_when_approved  "Validate that required fields exist if extension is approved."
    TRIGGER_BEFORE_DELETE check_that_main_record_deleted_from_application "Verify that no corresponding record exists in the application table."
    TRIGGER_BEFORE_UPDATE _disable_redundant_updates "Disable redundant database updates."
    HAS_HISTORY true
  }

  person:::dataTable {
    uuid id PK, UK "UK: (id, person_type_id)"
    text person_type_id FK, UK "FK022: person_type_id ∈ person_type.id<br>UK: (id, person_type_id)"
    text email
    text first_name
    text last_name
    timestamptz created_at
    timestamptz updated_at
    TRIGGER_AFTER_INSERT assign_cms_user_to_all_states "Assign new CMS users to all states."
    TRIGGER_BEFORE_UPDATE _disable_redundant_updates "Disable redundant database updates."
    HAS_HISTORY true
  }

  private_comment:::dataTable {
    uuid id PK
    uuid deliverable_id FK "FK104: deliverable_id ∈ deliverable.id"
    uuid author_user_id FK "FK106: (author_user_id, author_person_type_id) ∈ users.(id, person_type_id)"
    text author_person_type_id FK "FK106: (author_user_id, author_person_type_id) ∈ users.(id, person_type_id)<br>FK108: author_person_type_id ∈ cms_user_person_type_limit.id"
    text content
    timestamptz created_at
    timestamptz updated_at
    TRIGGER_BEFORE_UPDATE _disable_redundant_updates "Disable redundant database updates."
    CONSTRAINT_CHECK check_non_empty_content "Validate that the content is not empty or only whitespace."
    HAS_HISTORY true
  }

  public_comment:::dataTable {
    uuid id PK
    uuid deliverable_id FK "FK105: deliverable_id ∈ deliverable.id"
    uuid author_user_id FK "FK107: author_user_id ∈ users.id"
    text content
    timestamptz created_at
    timestamptz updated_at
    TRIGGER_BEFORE_UPDATE _disable_redundant_updates "Disable redundant database updates."
    CONSTRAINT_CHECK check_non_empty_content "Validate that the content is not empty or only whitespace."
    HAS_HISTORY true
  }

  tag:::dataTable {
    text tag_name_id PK, FK "FK072: tag_name_id ∈ tag_name.id"
    text tag_type_id PK, FK "FK073: tag_type_id ∈ tag_type.id"
    text source_id FK "FK074: source_id ∈ tag_source.id"
    text status_id FK "FK075: status_id ∈ tag_status.id"
    timestamptz created_at
    timestamptz updated_at
    TRIGGER_BEFORE_UPDATE _disable_redundant_updates "Disable redundant database updates."
    HAS_HISTORY true
  }

  tag_name:::dataTable {
    text id PK
    timestamptz created_at
    timestamptz updated_at
    TRIGGER_BEFORE_UPDATE _disable_redundant_updates "Disable redundant database updates."
    HAS_HISTORY true
  }

  uipath_result:::dataTable {
    uuid id PK, UK "UK: (id, document_id, application_id)"
    text request_id UK "UK: request_id"
    jsonb response
    text project_id
    uuid document_id FK, UK "FK129: (document_id, application_id) ∈ document.(id, application_id)<br>UK: (id, document_id, application_id)<br>UK: document_id"
    uuid application_id FK "FK129: (document_id, application_id) ∈ document.(id, application_id)<br>UK: (id, document_id, application_id)"
    text status_id FK "FK131: status_id ∈ uipath_result_status.id"
    timestamptz created_at
    timestamptz updated_at
    TRIGGER_BEFORE_UPDATE _disable_redundant_updates "Disable redundant database updates."
    HAS_HISTORY true
  }

  uipath_value:::dataTable {
    uuid id PK, UK "UK: (id, application_id, field_id, value)"
    uuid uipath_result_id FK "FK130: (uipath_result_id, document_id, application_id) ∈ uipath_result.(id, document_id, application_id)"
    uuid document_id FK "FK130: (uipath_result_id, document_id, application_id) ∈ uipath_result.(id, document_id, application_id)"
    uuid application_id FK, UK "FK130: (uipath_result_id, document_id, application_id) ∈ uipath_result.(id, document_id, application_id)<br>UK: (id, application_id, field_id, value)"
    text field_id UK "UK: (id, application_id, field_id, value)"
    text value UK "UK: (id, application_id, field_id, value)"
    integer text_length
    integer text_start_index
    double confidence
    jsonb token_list
    timestamptz created_at
    timestamptz updated_at
    TRIGGER_BEFORE_UPDATE _disable_redundant_updates "Disable redundant database updates."
    HAS_HISTORY true
  }

  user_session:::dataTable {
-     uuid user_id FK "FK139: user_id ∈ users.id"
-     timestamptz auth_time
+     uuid user_id PK, FK "FK139: user_id ∈ users.id"
+     timestamptz auth_time PK
    timestamptz last_auth_event_time
    integer auth_event_count
  }

  users:::dataTable {
    uuid id PK, FK, UK "FK023: (id, person_type_id) ∈ person.(id, person_type_id)<br>UK: (id, person_type_id)"
    text person_type_id FK, UK "FK023: (id, person_type_id) ∈ person.(id, person_type_id)<br>FK025: person_type_id ∈ user_person_type_limit.id<br>UK: (id, person_type_id)"
    uuid cognito_subject UK "UK: cognito_subject"
    text username
    timestamptz created_at
    timestamptz updated_at
    TRIGGER_BEFORE_UPDATE _disable_redundant_updates "Disable redundant database updates."
    HAS_HISTORY true
  }

  %% Associative Tables
  application_tag_assignment:::associativeTable {
    uuid application_id PK, FK "FK083: application_id ∈ application.id"
    text tag_name_id PK, FK "FK077: (tag_name_id, tag_type_id) ∈ tag.(tag_name_id, tag_type_id)"
    text tag_type_id FK "FK077: (tag_name_id, tag_type_id) ∈ tag.(tag_name_id, tag_type_id)<br>FK081: tag_type_id ∈ application_tag_type_limit.id"
    TRIGGER_BEFORE_UPDATE _disable_redundant_updates "Disable redundant database updates."
    HAS_HISTORY true
  }

  deliverable_action_configuration:::associativeTable {
    text action_type_id PK, FK "FK111: action_type_id ∈ deliverable_action_type.id"
    text old_status_id PK, FK "FK110: old_status_id ∈ deliverable_status.id"
    text new_status_id PK, FK "FK113: new_status_id ∈ deliverable_status.id"
  }

  deliverable_demonstration_type:::associativeTable {
    uuid deliverable_id PK, FK "FK137: (deliverable_id, demonstration_id) ∈ deliverable.(id, demonstration_id)"
    uuid demonstration_id PK, FK "FK137: (deliverable_id, demonstration_id) ∈ deliverable.(id, demonstration_id)<br>FK138: (demonstration_id, demonstration_type_tag_name_id) ∈ demonstration_type_tag_assignment.(demonstration_id, tag_name_id)"
    text demonstration_type_tag_name_id PK, FK "FK138: (demonstration_id, demonstration_type_tag_name_id) ∈ demonstration_type_tag_assignment.(demonstration_id, tag_name_id)"
    TRIGGER_BEFORE_UPDATE _disable_redundant_updates "Disable redundant database updates."
    HAS_HISTORY true
  }

  deliverable_type_document_type:::associativeTable {
    text deliverable_type_id PK, FK "FK091: deliverable_type_id ∈ deliverable_type.id"
    text document_type_id PK, FK "FK092: document_type_id ∈ document_type.id"
  }

  demonstration_role_assignment:::associativeTable {
    uuid person_id PK, FK "FK042: (person_id, state_id) ∈ person_state.(person_id, state_id)<br>FK048: (person_id, person_type_id) ∈ person.(id, person_type_id)"
    uuid demonstration_id PK, FK "FK050: (demonstration_id, state_id) ∈ demonstration.(id, state_id)"
    text role_id PK, FK "FK047: (role_id, person_type_id) ∈ role_person_type.(role_id, person_type_id)<br>FK049: (role_id, grant_level_id) ∈ role.(id, grant_level_id)"
    text state_id FK "FK042: (person_id, state_id) ∈ person_state.(person_id, state_id)<br>FK050: (demonstration_id, state_id) ∈ demonstration.(id, state_id)"
    text person_type_id FK "FK047: (role_id, person_type_id) ∈ role_person_type.(role_id, person_type_id)<br>FK048: (person_id, person_type_id) ∈ person.(id, person_type_id)"
    text grant_level_id FK "FK046: grant_level_id ∈ demonstration_grant_level_limit.id<br>FK049: (role_id, grant_level_id) ∈ role.(id, grant_level_id)"
    TRIGGER_BEFORE_UPDATE _disable_redundant_updates "Disable redundant database updates."
    HAS_HISTORY true
  }

  person_state:::associativeTable {
    uuid person_id PK, FK "FK044: person_id ∈ person.id"
    text state_id PK, FK "FK043: state_id ∈ state.id"
    TRIGGER_BEFORE_UPDATE _disable_redundant_updates "Disable redundant database updates."
    HAS_HISTORY true
  }

  phase_date_type:::associativeTable {
    text phase_id PK, FK "FK003: phase_id ∈ phase.id"
    text date_type_id PK, FK "FK017: date_type_id ∈ date_type.id"
  }

  phase_document_type:::associativeTable {
    text phase_id PK, FK "FK027: phase_id ∈ phase.id"
    text document_type_id PK, FK "FK028: document_type_id ∈ document_type.id"
  }

  phase_note_type:::associativeTable {
    text phase_id PK, FK "FK070: phase_id ∈ phase.id"
    text note_type_id PK, FK "FK071: note_type_id ∈ note_type.id"
  }

  phase_phase_status:::associativeTable {
    text phase_id PK, FK "FK066: phase_id ∈ phase.id"
    text phase_status_id PK, FK "FK067: phase_status_id ∈ phase_status.id"
  }

  primary_demonstration_role_assignment:::associativeTable {
    uuid person_id FK, UK "FK051: (person_id, demonstration_id, role_id) ∈ demonstration_role_assignment.(person_id, demonstration_id, role_id)<br>UK: (person_id, demonstration_id, role_id)"
    uuid demonstration_id PK, FK, UK "FK051: (person_id, demonstration_id, role_id) ∈ demonstration_role_assignment.(person_id, demonstration_id, role_id)<br>UK: (person_id, demonstration_id, role_id)"
    text role_id PK, FK, UK "FK051: (person_id, demonstration_id, role_id) ∈ demonstration_role_assignment.(person_id, demonstration_id, role_id)<br>UK: (person_id, demonstration_id, role_id)"
    CONSTRAINT_TRIGGER_DEFERRABLE_AFTER_UPDATE_OR_DELETE check_demonstration_retains_primary_project_officer "Check that a primary project officer still exists."
    TRIGGER_BEFORE_UPDATE _disable_redundant_updates "Disable redundant database updates."
    HAS_HISTORY true
  }

  role_permission:::associativeTable {
    text role_id PK, FK "FK033: (role_id, grant_level_id) ∈ role.(id, grant_level_id)"
    text grant_level_id PK, FK "FK033: (role_id, grant_level_id) ∈ role.(id, grant_level_id)<br>FK034: (permission_id, grant_level_id) ∈ permission.(id, grant_level_id)"
    text permission_id PK, FK "FK034: (permission_id, grant_level_id) ∈ permission.(id, grant_level_id)"
    TRIGGER_BEFORE_UPDATE _disable_redundant_updates "Disable redundant database updates."
    HAS_HISTORY true
  }

  role_person_type:::associativeTable {
    text role_id PK, FK "FK032: role_id ∈ role.id"
    text person_type_id PK, FK "FK031: person_type_id ∈ person_type.id"
  }

  system_role_assignment:::associativeTable {
    uuid person_id PK, FK "FK039: (person_id, person_type_id) ∈ person.(id, person_type_id)"
    text role_id PK, FK "FK038: (role_id, person_type_id) ∈ role_person_type.(role_id, person_type_id)<br>FK040: (role_id, grant_level_id) ∈ role.(id, grant_level_id)"
    text person_type_id FK "FK038: (role_id, person_type_id) ∈ role_person_type.(role_id, person_type_id)<br>FK039: (person_id, person_type_id) ∈ person.(id, person_type_id)"
    text grant_level_id FK "FK040: (role_id, grant_level_id) ∈ role.(id, grant_level_id)<br>FK041: grant_level_id ∈ system_grant_level_limit.id"
    TRIGGER_BEFORE_UPDATE _disable_redundant_updates "Disable redundant database updates."
    HAS_HISTORY true
  }

  %% Legend
  Legend:::legend {
    text StaticConstraint "Red"
    text TypeLimiter "Blue"
    text AssociativeTable "Purple"
    text DataTable "Green"
    text NOTE "HAS_HISTORY true indicates that a table has a _history table as well."
-   }
+     text NOTE "Dashed lines indicate foreign keys added for convenience in using Prisma."
+   }
